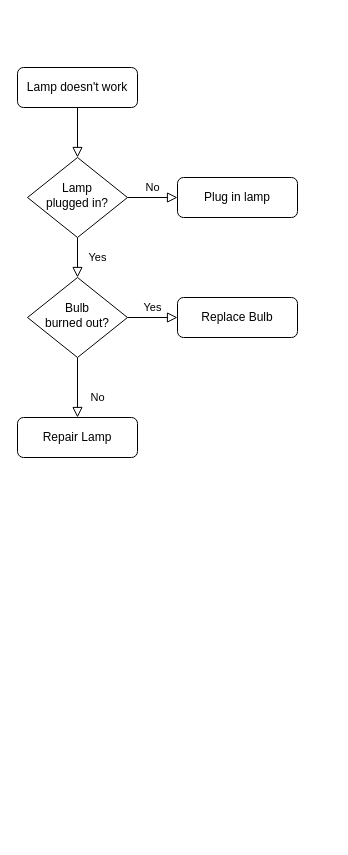
Before: cookietemple.drawio in cookiejar/cookietemple, a draw.io diagram. Source tidied: cells renumbered, new cells numbered last; positions are measured from the earlier drawing's top-left corner, leaving out a move shared by most shapes. Both pictures are drawn from the tidied source at 100%, with x=0, y=0 at pixel (17, 67).
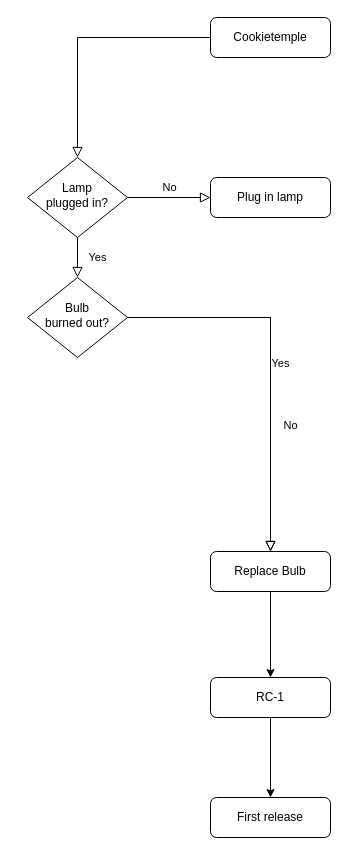
Above is the later version.

What changed in the source:
```diff
@@
 <mxGraphModel>
   <root>
     <mxCell id="0" />
     <mxCell id="1" parent="0" />
     <mxCell id="2" style="rounded=0;html=1;jettySize=auto;fontSize=11;endArrow=block;endFill=0;endSize=8;strokeWidth=1;shadow=0;labelBackgroundColor=none;edgeStyle=orthogonalEdgeStyle;" parent="1" edge="1" source="3" target="6">
       <mxGeometry relative="1" as="geometry" />
     </mxCell>
-    <mxCell id="3" value="Lamp doesn't work" style="rounded=1;whiteSpace=wrap;html=1;fontSize=12;glass=0;strokeWidth=1;shadow=0;" parent="1" vertex="1">
-      <mxGeometry width="120" height="40" as="geometry" />
+    <mxCell id="3" value="Cookietemple" style="rounded=1;whiteSpace=wrap;html=1;fontSize=12;glass=0;strokeWidth=1;shadow=0;" parent="1" vertex="1">
+      <mxGeometry x="193" y="-50" width="120" height="40" as="geometry" />
     </mxCell>
     <mxCell id="4" value="Yes" style="rounded=0;html=1;jettySize=auto;fontSize=11;endArrow=block;endFill=0;endSize=8;strokeWidth=1;shadow=0;labelBackgroundColor=none;edgeStyle=orthogonalEdgeStyle;" parent="1" edge="1" source="6" target="10">
       <mxGeometry y="20" relative="1" as="geometry" />
     </mxCell>
     <mxCell id="5" value="No" style="edgeStyle=orthogonalEdgeStyle;rounded=0;html=1;jettySize=auto;fontSize=11;endArrow=block;endFill=0;endSize=8;strokeWidth=1;shadow=0;labelBackgroundColor=none;" parent="1" edge="1" source="6" target="7">
       <mxGeometry y="10" relative="1" as="geometry" />
     </mxCell>
     <mxCell id="6" value="Lamp&lt;br&gt;plugged in?" style="rhombus;whiteSpace=wrap;html=1;shadow=0;fontFamily=Helvetica;fontSize=12;align=center;strokeWidth=1;spacing=6;spacingTop=-4;" parent="1" vertex="1">
       <mxGeometry x="10" y="90" width="100" height="80" as="geometry" />
     </mxCell>
     <mxCell id="7" value="Plug in lamp" style="rounded=1;whiteSpace=wrap;html=1;fontSize=12;glass=0;strokeWidth=1;shadow=0;" parent="1" vertex="1">
-      <mxGeometry x="160" y="110" width="120" height="40" as="geometry" />
+      <mxGeometry x="193" y="110" width="120" height="40" as="geometry" />
     </mxCell>
-    <mxCell id="8" value="No" style="rounded=0;html=1;jettySize=auto;fontSize=11;endArrow=block;endFill=0;endSize=8;strokeWidth=1;shadow=0;labelBackgroundColor=none;edgeStyle=orthogonalEdgeStyle;" parent="1" edge="1" source="10" target="11">
-      <mxGeometry x="0.33" y="20" relative="1" as="geometry" />
-    </mxCell>
     <mxCell id="9" value="Yes" style="edgeStyle=orthogonalEdgeStyle;rounded=0;html=1;jettySize=auto;fontSize=11;endArrow=block;endFill=0;endSize=8;strokeWidth=1;shadow=0;labelBackgroundColor=none;" parent="1" edge="1" source="10" target="12">
       <mxGeometry y="10" relative="1" as="geometry" />
     </mxCell>
     <mxCell id="10" value="Bulb&lt;br&gt;burned out?" style="rhombus;whiteSpace=wrap;html=1;shadow=0;fontFamily=Helvetica;fontSize=12;align=center;strokeWidth=1;spacing=6;spacingTop=-4;" parent="1" vertex="1">
       <mxGeometry x="10" y="210" width="100" height="80" as="geometry" />
     </mxCell>
+    <mxCell id="13" style="edgeStyle=orthogonalEdgeStyle;rounded=0;jettySize=auto;html=1;entryX=0.5;entryY=0;entryDx=0;entryDy=0;" parent="1" edge="1" source="11" target="14">
+      <mxGeometry relative="1" as="geometry" />
+    </mxCell>
-    <mxCell id="11" value="Repair Lamp" style="rounded=1;whiteSpace=wrap;html=1;fontSize=12;glass=0;strokeWidth=1;shadow=0;" parent="1" vertex="1">
-      <mxGeometry y="350" width="120" height="40" as="geometry" />
+    <mxCell id="11" value="RC-1" style="rounded=1;whiteSpace=wrap;html=1;fontSize=12;glass=0;strokeWidth=1;shadow=0;" parent="1" vertex="1">
+      <mxGeometry x="193" y="610" width="120" height="40" as="geometry" />
     </mxCell>
+    <mxCell id="14" value="First release" style="rounded=1;whiteSpace=wrap;html=1;fontSize=12;glass=0;strokeWidth=1;shadow=0;" parent="1" vertex="1">
+      <mxGeometry x="193" y="730" width="120" height="40" as="geometry" />
+    </mxCell>
+    <mxCell id="15" style="edgeStyle=orthogonalEdgeStyle;rounded=0;jettySize=auto;html=1;entryX=0.5;entryY=0;entryDx=0;entryDy=0;" parent="1" edge="1" source="12" target="11">
+      <mxGeometry relative="1" as="geometry" />
+    </mxCell>
     <mxCell id="12" value="Replace Bulb" style="rounded=1;whiteSpace=wrap;html=1;fontSize=12;glass=0;strokeWidth=1;shadow=0;" parent="1" vertex="1">
-      <mxGeometry x="160" y="230" width="120" height="40" as="geometry" />
+      <mxGeometry x="193" y="484" width="120" height="40" as="geometry" />
     </mxCell>
+    <mxCell id="8" value="No" style="rounded=0;html=1;jettySize=auto;fontSize=11;endArrow=block;endFill=0;endSize=8;strokeWidth=1;shadow=0;labelBackgroundColor=none;edgeStyle=orthogonalEdgeStyle;" parent="1" edge="1" source="10" target="12">
+      <mxGeometry x="0.33" y="20" relative="1" as="geometry" />
+    </mxCell>
   </root>
 </mxGraphModel>
```
